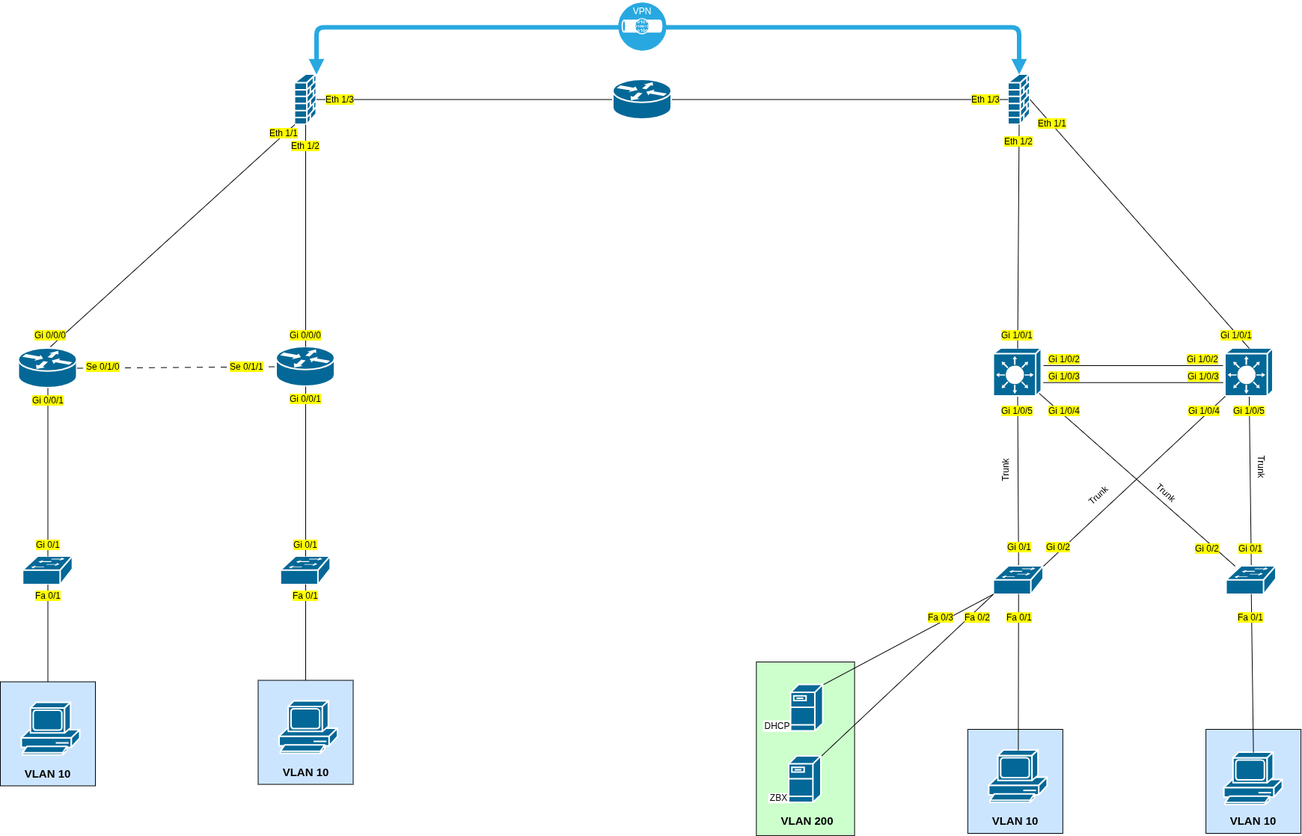
Earlier version of the draw.io export logical_topology.png (redactes/csn-project-2026). Source tidied: cells renumbered, new cells last; positions are measured from the earlier drawing's top-left corner, leaving out a move shared by most shapes.
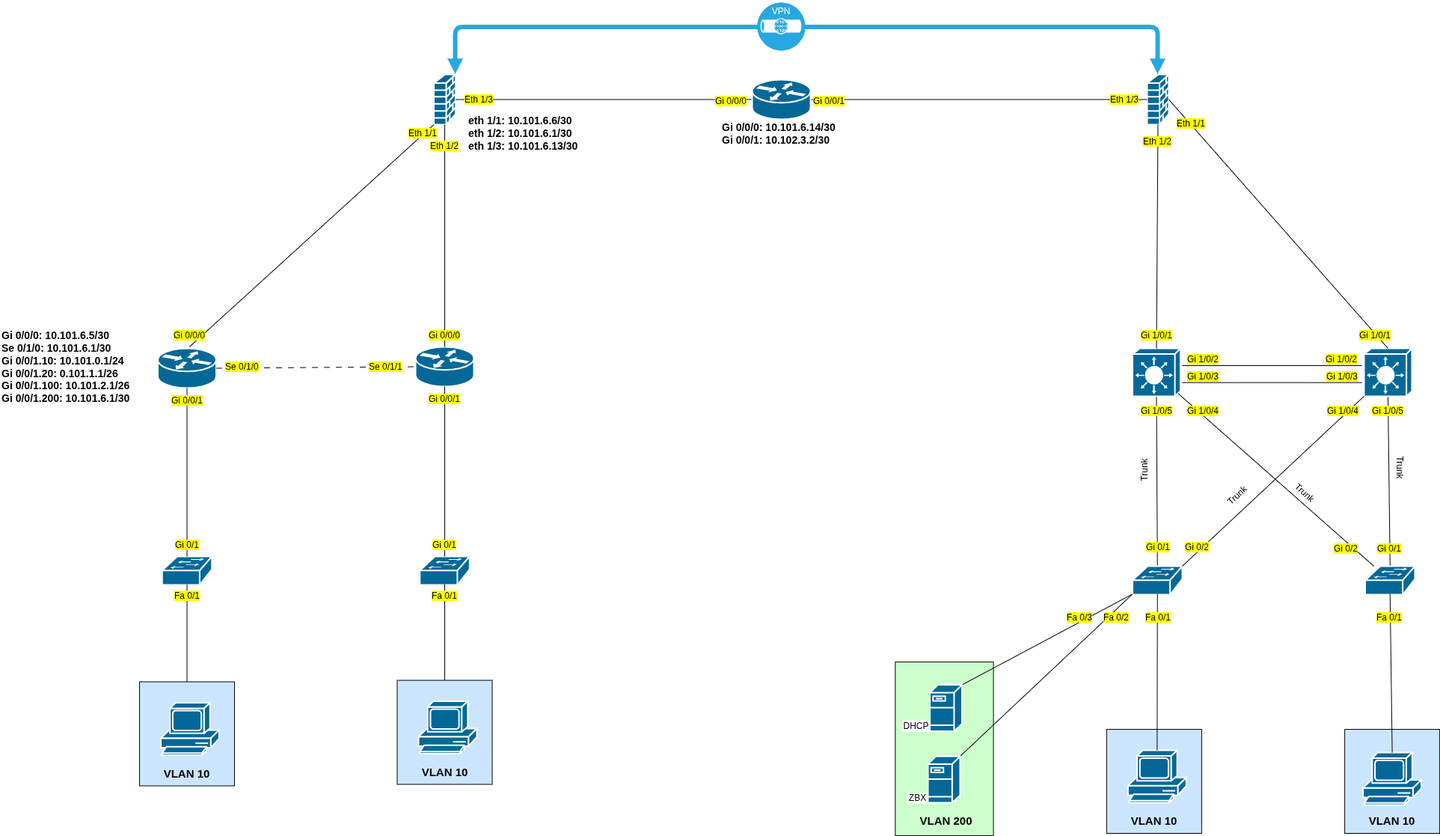
After the change.

Change to the diagram source:
```diff
@@ -289,5 +289,20 @@
     <mxCell id="93" value="&lt;span style=&quot;background-color: rgb(255, 255, 0);&quot;&gt;&lt;font style=&quot;color: rgb(0, 0, 0);&quot;&gt;Gi 1/0/3&lt;/font&gt;&lt;/span&gt;" style="text;html=1;whiteSpace=wrap;strokeColor=none;fillColor=none;align=center;verticalAlign=middle;rounded=0;" parent="1" vertex="1">
       <mxGeometry x="1583.5" y="488" width="60" height="30" as="geometry" />
     </mxCell>
+    <mxCell id="94" value="&lt;font style=&quot;color: rgb(0, 0, 0); font-size: 14px;&quot;&gt;&lt;b&gt;eth 1/1: 10.101.6.6/30&lt;/b&gt;&lt;/font&gt;&lt;div&gt;&lt;font style=&quot;color: rgb(0, 0, 0); font-size: 14px;&quot;&gt;&lt;b&gt;eth 1/2: 10.101.6.1/30&lt;/b&gt;&lt;/font&gt;&lt;/div&gt;&lt;div&gt;&lt;font style=&quot;color: rgb(0, 0, 0); font-size: 14px;&quot;&gt;&lt;b&gt;eth 1/3: 10.101.6.13/30&lt;/b&gt;&lt;/font&gt;&lt;/div&gt;" style="text;html=1;whiteSpace=wrap;strokeColor=none;fillColor=none;align=left;verticalAlign=middle;rounded=0;" parent="1" vertex="1">
+      <mxGeometry x="444" y="127" width="230" height="102" as="geometry" />
+    </mxCell>
+    <mxCell id="95" value="&lt;span style=&quot;background-color: rgb(255, 255, 0);&quot;&gt;&lt;font style=&quot;color: rgb(0, 0, 0);&quot;&gt;Gi 0/0/0&lt;/font&gt;&lt;/span&gt;" style="text;html=1;whiteSpace=wrap;strokeColor=none;fillColor=none;align=center;verticalAlign=middle;rounded=0;" parent="1" vertex="1">
+      <mxGeometry x="767" y="120" width="60" height="30" as="geometry" />
+    </mxCell>
+    <mxCell id="96" value="&lt;span style=&quot;background-color: rgb(255, 255, 0);&quot;&gt;&lt;font style=&quot;color: rgb(0, 0, 0);&quot;&gt;Gi 0/0/1&lt;/font&gt;&lt;/span&gt;" style="text;html=1;whiteSpace=wrap;strokeColor=none;fillColor=none;align=center;verticalAlign=middle;rounded=0;" parent="1" vertex="1">
+      <mxGeometry x="898" y="120" width="60" height="30" as="geometry" />
+    </mxCell>
+    <mxCell id="97" value="&lt;font color=&quot;#000000&quot;&gt;&lt;span style=&quot;font-size: 14px;&quot;&gt;&lt;b&gt;Gi 0/0/0:&amp;nbsp;&lt;/b&gt;&lt;/span&gt;&lt;/font&gt;&lt;font color=&quot;#000000&quot;&gt;&lt;span style=&quot;font-size: 14px;&quot;&gt;&lt;b&gt;10.101.6.14/30&lt;/b&gt;&lt;/span&gt;&lt;/font&gt;&lt;div&gt;&lt;font color=&quot;#000000&quot;&gt;&lt;span style=&quot;font-size: 14px;&quot;&gt;&lt;b&gt;Gi 0/0/1:&amp;nbsp;&lt;/b&gt;&lt;/span&gt;&lt;/font&gt;&lt;span style=&quot;background-color: transparent; font-size: 14px;&quot;&gt;&lt;font color=&quot;#000000&quot;&gt;&lt;b&gt;10.102.3.2/30&lt;/b&gt;&lt;/font&gt;&lt;/span&gt;&lt;/div&gt;" style="text;html=1;whiteSpace=wrap;strokeColor=none;fillColor=none;align=left;verticalAlign=middle;rounded=0;" parent="1" vertex="1">
+      <mxGeometry x="783" y="127" width="230" height="102" as="geometry" />
+    </mxCell>
+    <mxCell id="98" value="&lt;font color=&quot;#000000&quot;&gt;&lt;span style=&quot;font-size: 14px;&quot;&gt;&lt;b&gt;Gi 0/0/0:&amp;nbsp;&lt;/b&gt;&lt;/span&gt;&lt;/font&gt;&lt;font color=&quot;#000000&quot;&gt;&lt;span style=&quot;font-size: 14px;&quot;&gt;&lt;b&gt;10.101.6.5/30&lt;/b&gt;&lt;/span&gt;&lt;/font&gt;&lt;div&gt;&lt;font color=&quot;#000000&quot;&gt;&lt;span style=&quot;font-size: 14px;&quot;&gt;&lt;b&gt;Se 0/1/0:&amp;nbsp;&lt;/b&gt;&lt;/span&gt;&lt;/font&gt;&lt;span style=&quot;background-color: transparent; font-size: 14px;&quot;&gt;&lt;font color=&quot;#000000&quot;&gt;&lt;b&gt;10.101.6.1/30&lt;/b&gt;&lt;/font&gt;&lt;/span&gt;&lt;/div&gt;&lt;div&gt;&lt;font color=&quot;#000000&quot;&gt;&lt;span style=&quot;font-size: 14px;&quot;&gt;&lt;b&gt;Gi 0/0/1.10:&amp;nbsp;&lt;/b&gt;&lt;/span&gt;&lt;/font&gt;&lt;span style=&quot;background-color: transparent; font-size: 14px;&quot;&gt;&lt;font color=&quot;#000000&quot;&gt;&lt;b&gt;10.101.0.1/24&lt;/b&gt;&lt;/font&gt;&lt;/span&gt;&lt;/div&gt;&lt;div&gt;&lt;font color=&quot;#000000&quot;&gt;&lt;b style=&quot;font-size: 14px;&quot;&gt;Gi 0/0/1.20:&amp;nbsp;&lt;/b&gt;&lt;/font&gt;&lt;span style=&quot;background-color: transparent; font-size: 14px;&quot;&gt;&lt;font color=&quot;#000000&quot;&gt;&lt;b&gt;0.101.1.1/26&lt;/b&gt;&lt;/font&gt;&lt;/span&gt;&lt;/div&gt;&lt;div&gt;&lt;font color=&quot;#000000&quot;&gt;&lt;b style=&quot;font-size: 14px;&quot;&gt;Gi 0/0/1.100:&amp;nbsp;&lt;/b&gt;&lt;/font&gt;&lt;span style=&quot;background-color: transparent; font-size: 14px;&quot;&gt;&lt;font color=&quot;#000000&quot;&gt;&lt;b&gt;10.101.2.1/26&lt;/b&gt;&lt;/font&gt;&lt;/span&gt;&lt;/div&gt;&lt;div&gt;&lt;font color=&quot;#000000&quot;&gt;&lt;b style=&quot;font-size: 14px;&quot;&gt;Gi 0/0/1.200:&amp;nbsp;&lt;/b&gt;&lt;/font&gt;&lt;span style=&quot;background-color: transparent; font-size: 14px;&quot;&gt;&lt;font color=&quot;#000000&quot;&gt;&lt;b&gt;10.101.6.1/30&lt;/b&gt;&lt;/font&gt;&lt;/span&gt;&lt;/div&gt;" style="text;html=1;whiteSpace=wrap;strokeColor=none;fillColor=none;align=left;verticalAlign=middle;rounded=0;" parent="1" vertex="1">
+      <mxGeometry x="-180" y="438.5" width="230" height="102" as="geometry" />
+    </mxCell>
   </root>
 </mxGraphModel>
```
